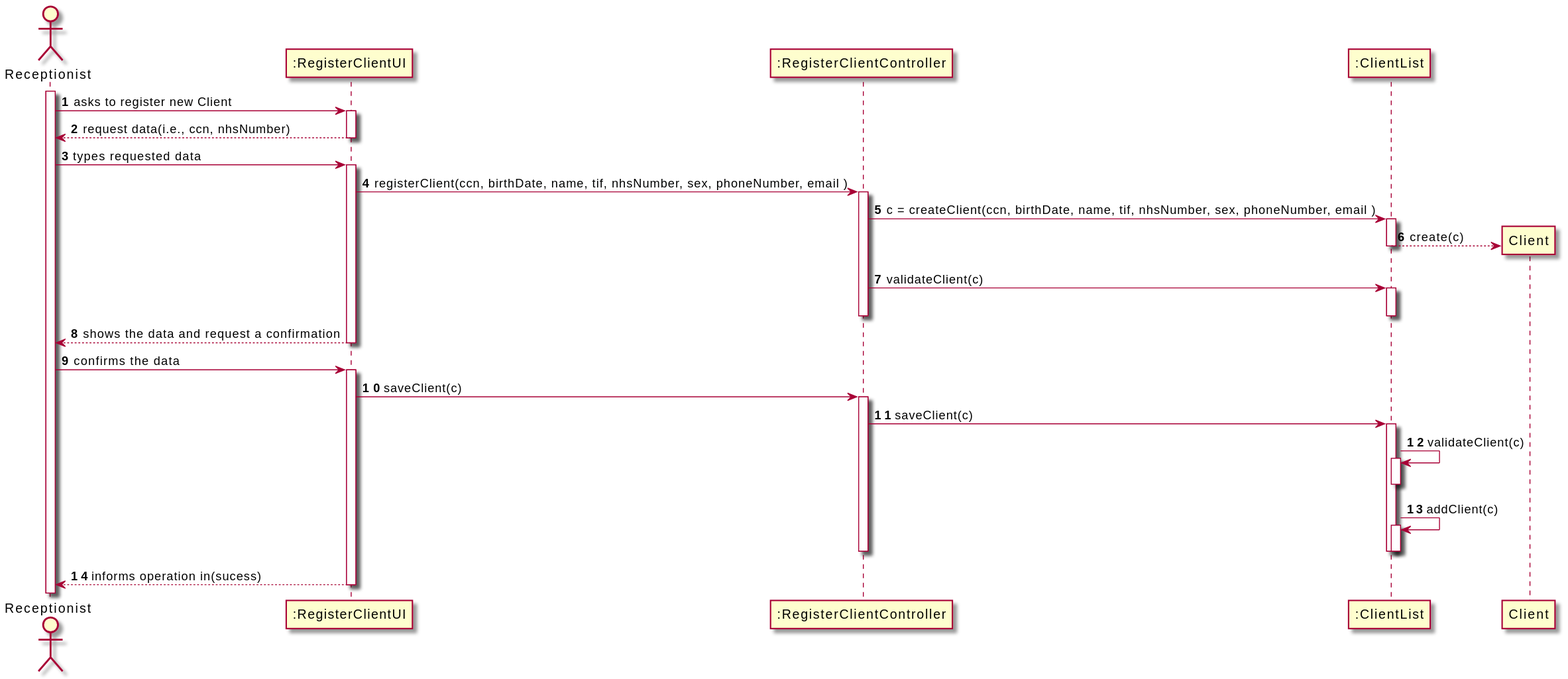
Earlier version of the PlantUML export docs/SprintB/US_3/US03-SD.svg (RuiRioPina/LAPR2-20-21). Its diagram source:
```plantuml
@startuml
autonumber
actor "Receptionist" as RECEPT

participant ":RegisterClientUI" as UI
participant ":RegisterClientController" as CTRL
participant ":ClientList" as CLL
participant "Client" as CLT

activate RECEPT
RECEPT -> UI : asks to register new Client
activate UI
UI --> RECEPT : request data(i.e., ccn, nhsNumber)
deactivate UI

RECEPT -> UI : types requested data
activate UI
UI -> CTRL: registerClient(ccn, birthDate, name, tif, nhsNumber, sex, phoneNumber, email )
activate CTRL
CTRL -> CLL: c = createClient(ccn, birthDate, name, tif, nhsNumber, sex, phoneNumber, email )
activate CLL
CLL --> CLT** : create(c)
deactivate CLL
CTRL -> CLL : validateClient(c)
activate CLL
deactivate CLL
deactivate CTRL
UI --> RECEPT : shows the data and request a confirmation
deactivate UI

RECEPT -> UI : confirms the data
activate UI
UI -> CTRL : saveClient(c)
activate CTRL
CTRL -> CLL : saveClient(c)
activate CLL
CLL -> CLL++ : validateClient(c)
CLL--
CLL -> CLL++ : addClient(c)
CLL--
deactivate CLL
deactivate CTRL
UI --> RECEPT : informs operation in(sucess)
deactivate UI
@enduml
```
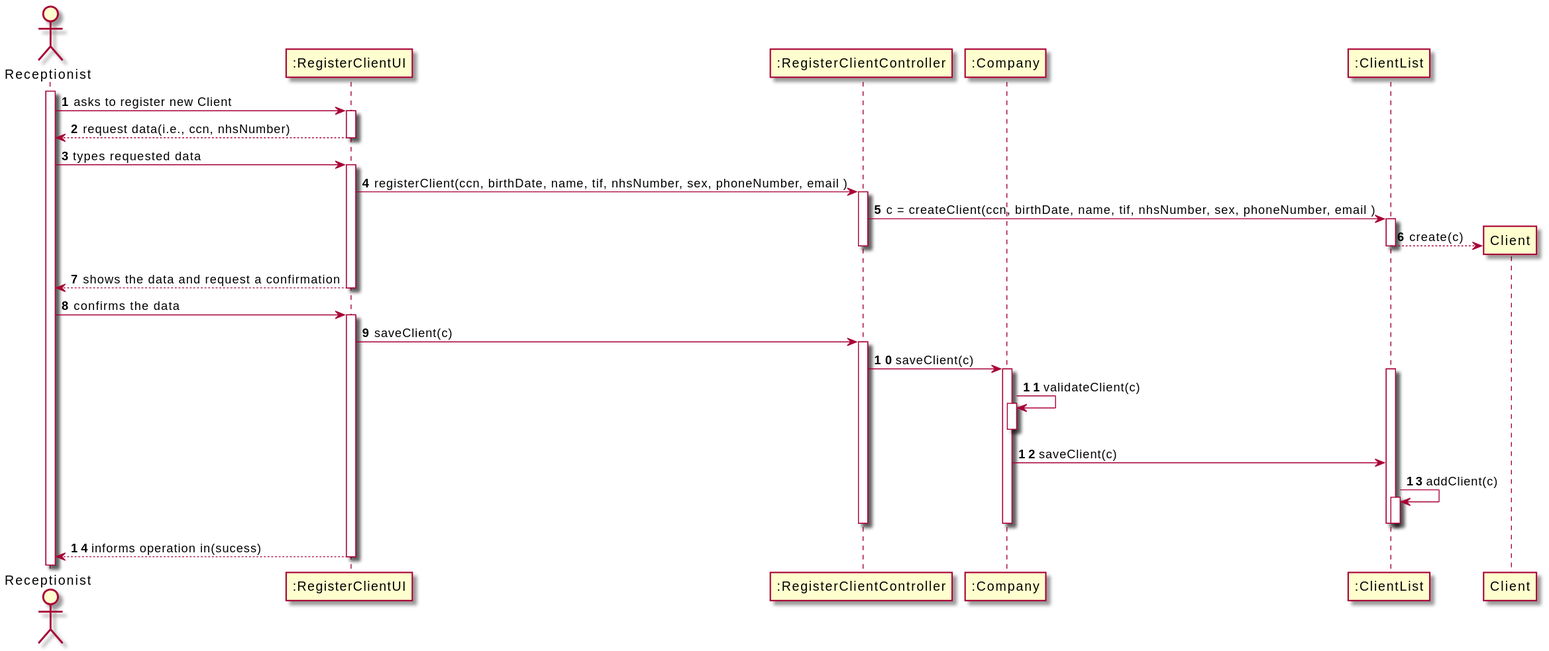
After the change.

Diff of the diagram source:
```diff
@@ -4,8 +4,11 @@
 
 participant ":RegisterClientUI" as UI
 participant ":RegisterClientController" as CTRL
+participant ":Company" as CMP
 participant ":ClientList" as CLL
 participant "Client" as CLT
+
+
 
 activate RECEPT
 RECEPT -> UI : asks to register new Client
@@ -21,9 +24,6 @@
 activate CLL
 CLL --> CLT** : create(c)
 deactivate CLL
-CTRL -> CLL : validateClient(c)
-activate CLL
-deactivate CLL
 deactivate CTRL
 UI --> RECEPT : shows the data and request a confirmation
 deactivate UI
@@ -32,12 +32,20 @@
 activate UI
 UI -> CTRL : saveClient(c)
 activate CTRL
-CTRL -> CLL : saveClient(c)
+CTRL -> CMP : saveClient(c)
 activate CLL
-CLL -> CLL++ : validateClient(c)
-CLL--
+
+activate CMP
+
+
+CMP -> CMP++ : validateClient(c)
+CMP--
+CMP -> CLL : saveClient(c)
 CLL -> CLL++ : addClient(c)
 CLL--
+
+deactivate CMP
+
 deactivate CLL
 deactivate CTRL
 UI --> RECEPT : informs operation in(sucess)
```
